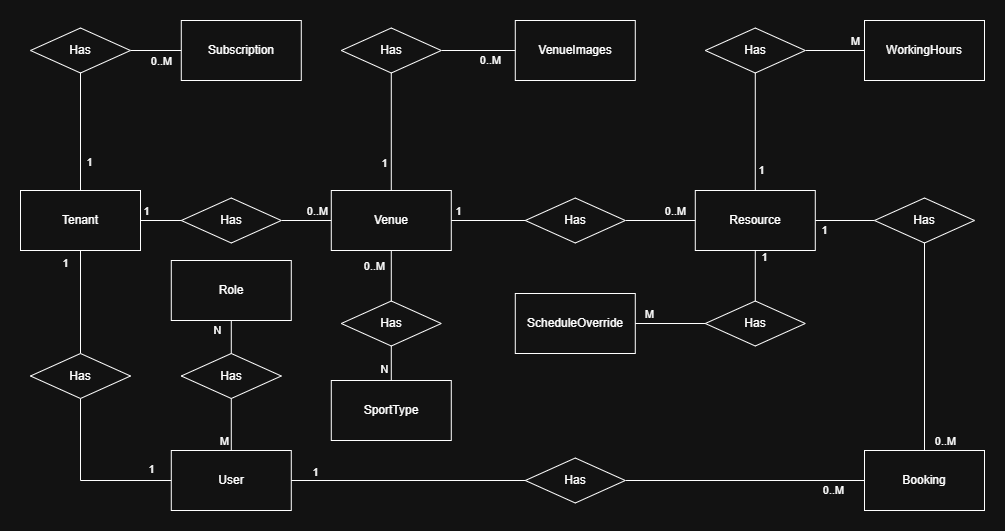
The draw.io diagram Documents/ER Diagram/Er Diagram.png in Gjxrgj/AtlasSports, before a commit. Source tidied: cells renumbered, new cells last; positions are measured from the earlier drawing's top-left corner, leaving out a move shared by most shapes. The source it was exported from:
```xml
<mxGraphModel>
  <root>
    <mxCell id="0" />
    <mxCell id="1" parent="0" />
    <mxCell id="2" value="Tenant" style="rounded=0;whiteSpace=wrap;html=1;" parent="1" vertex="1">
      <mxGeometry y="170" width="120" height="60" as="geometry" />
    </mxCell>
    <mxCell id="3" value="User" style="rounded=0;whiteSpace=wrap;html=1;" parent="1" vertex="1">
      <mxGeometry x="150.8" y="430" width="120" height="60" as="geometry" />
    </mxCell>
    <mxCell id="4" value="Venue" style="rounded=0;whiteSpace=wrap;html=1;" parent="1" vertex="1">
      <mxGeometry x="310.8" y="170" width="120" height="60" as="geometry" />
    </mxCell>
    <mxCell id="5" value="Booking" style="rounded=0;whiteSpace=wrap;html=1;" parent="1" vertex="1">
      <mxGeometry x="844" y="430" width="120" height="60" as="geometry" />
    </mxCell>
    <mxCell id="6" value="Subscription" style="rounded=0;whiteSpace=wrap;html=1;" parent="1" vertex="1">
      <mxGeometry x="160.8" width="120" height="60" as="geometry" />
    </mxCell>
    <mxCell id="7" value="WorkingHours" style="rounded=0;whiteSpace=wrap;html=1;" parent="1" vertex="1">
      <mxGeometry x="844" width="120" height="60" as="geometry" />
    </mxCell>
    <mxCell id="8" value="VenueImages" style="rounded=0;whiteSpace=wrap;html=1;" parent="1" vertex="1">
      <mxGeometry x="494.8" width="120" height="60" as="geometry" />
    </mxCell>
    <mxCell id="9" value="Resource" style="rounded=0;whiteSpace=wrap;html=1;" parent="1" vertex="1">
      <mxGeometry x="674.8" y="170" width="120" height="60" as="geometry" />
    </mxCell>
    <mxCell id="10" style="endArrow=none;html=1;rounded=0;exitX=1;exitY=0.5;exitDx=0;exitDy=0;entryX=0;entryY=0.5;entryDx=0;entryDy=0;" parent="1" edge="1" source="46" target="4">
      <mxGeometry relative="1" as="geometry" />
    </mxCell>
    <mxCell id="11" value="0..M" style="edgeLabel;html=1;align=center;verticalAlign=middle;" parent="10" vertex="1">
      <mxGeometry x="0.81" relative="1" as="geometry">
        <mxPoint x="-9" y="-10" as="offset" />
      </mxGeometry>
    </mxCell>
    <mxCell id="12" style="endArrow=none;html=1;rounded=0;exitX=1;exitY=0.5;exitDx=0;exitDy=0;entryX=0;entryY=0.5;entryDx=0;entryDy=0;" parent="1" edge="1" source="40" target="9">
      <mxGeometry relative="1" as="geometry" />
    </mxCell>
    <mxCell id="13" value="0..M" style="edgeLabel;html=1;align=center;verticalAlign=middle;" parent="12" vertex="1">
      <mxGeometry x="0.63" y="2" relative="1" as="geometry">
        <mxPoint x="-7" y="-8" as="offset" />
      </mxGeometry>
    </mxCell>
    <mxCell id="14" style="endArrow=none;html=1;rounded=0;exitX=1;exitY=0.5;exitDx=0;exitDy=0;entryX=0;entryY=0.5;entryDx=0;entryDy=0;" parent="1" edge="1" source="37" target="8">
      <mxGeometry relative="1" as="geometry" />
    </mxCell>
    <mxCell id="15" value="0..M" style="edgeLabel;html=1;align=center;verticalAlign=middle;" parent="14" vertex="1">
      <mxGeometry x="0.82" y="-1" relative="1" as="geometry">
        <mxPoint x="-18" y="8" as="offset" />
      </mxGeometry>
    </mxCell>
    <mxCell id="16" style="endArrow=none;html=1;rounded=0;exitX=1;exitY=0.5;exitDx=0;exitDy=0;entryX=0;entryY=0.5;entryDx=0;entryDy=0;" parent="1" edge="1" source="43" target="7">
      <mxGeometry relative="1" as="geometry" />
    </mxCell>
    <mxCell id="17" value="M" style="edgeLabel;html=1;align=center;verticalAlign=middle;" parent="16" vertex="1">
      <mxGeometry x="0.9" relative="1" as="geometry">
        <mxPoint x="-6" y="-10" as="offset" />
      </mxGeometry>
    </mxCell>
    <mxCell id="18" style="endArrow=none;html=1;rounded=0;exitX=0;exitY=0.5;exitDx=0;exitDy=0;entryX=1;entryY=0.5;entryDx=0;entryDy=0;" parent="1" edge="1" source="28" target="3">
      <mxGeometry relative="1" as="geometry" />
    </mxCell>
    <mxCell id="19" value="1" style="edgeLabel;html=1;align=center;verticalAlign=middle;" parent="18" vertex="1">
      <mxGeometry x="0.87" relative="1" as="geometry">
        <mxPoint x="9" y="-9" as="offset" />
      </mxGeometry>
    </mxCell>
    <mxCell id="20" style="endArrow=none;html=1;rounded=0;entryX=0;entryY=0.5;entryDx=0;entryDy=0;exitX=1;exitY=0.5;exitDx=0;exitDy=0;" parent="1" edge="1" source="34" target="6">
      <mxGeometry relative="1" as="geometry" />
    </mxCell>
    <mxCell id="21" value="0..M" style="edgeLabel;html=1;align=center;verticalAlign=middle;" parent="20" vertex="1">
      <mxGeometry x="0.76" y="1" relative="1" as="geometry">
        <mxPoint x="-15" y="11" as="offset" />
      </mxGeometry>
    </mxCell>
    <mxCell id="22" style="endArrow=none;html=1;rounded=0;exitX=0;exitY=0.5;exitDx=0;exitDy=0;entryX=1;entryY=0.5;entryDx=0;entryDy=0;" parent="1" edge="1" source="49" target="9">
      <mxGeometry relative="1" as="geometry" />
    </mxCell>
    <mxCell id="23" value="1" style="edgeLabel;html=1;align=center;verticalAlign=middle;" parent="22" vertex="1">
      <mxGeometry x="0.84" y="1" relative="1" as="geometry">
        <mxPoint x="4" y="8" as="offset" />
      </mxGeometry>
    </mxCell>
    <mxCell id="24" style="endArrow=none;html=1;rounded=0;entryX=0;entryY=0.5;entryDx=0;entryDy=0;exitX=0.5;exitY=1;exitDx=0;exitDy=0;" parent="1" edge="1" source="31" target="3">
      <mxGeometry relative="1" as="geometry">
        <Array as="points">
          <mxPoint x="60" y="460" />
        </Array>
      </mxGeometry>
    </mxCell>
    <mxCell id="25" value="1" style="edgeLabel;html=1;align=center;verticalAlign=middle;" parent="24" vertex="1">
      <mxGeometry x="0.87" relative="1" as="geometry">
        <mxPoint x="-10" y="-12" as="offset" />
      </mxGeometry>
    </mxCell>
    <mxCell id="26" style="endArrow=none;html=1;rounded=0;exitX=0;exitY=0.5;exitDx=0;exitDy=0;entryX=1;entryY=0.5;entryDx=0;entryDy=0;" parent="1" edge="1" source="5" target="28">
      <mxGeometry relative="1" as="geometry" />
    </mxCell>
    <mxCell id="27" value="0..M" style="edgeLabel;html=1;align=center;verticalAlign=middle;" parent="26" vertex="1">
      <mxGeometry x="-0.86" y="1" relative="1" as="geometry">
        <mxPoint x="-15" y="8" as="offset" />
      </mxGeometry>
    </mxCell>
    <mxCell id="28" value="Has" style="rhombus;whiteSpace=wrap;html=1;" parent="1" vertex="1">
      <mxGeometry x="504.8" y="437.5" width="100" height="45" as="geometry" />
    </mxCell>
    <mxCell id="29" style="endArrow=none;html=1;rounded=0;entryX=0.5;entryY=0;entryDx=0;entryDy=0;exitX=0.5;exitY=1;exitDx=0;exitDy=0;" parent="1" edge="1" source="2" target="31">
      <mxGeometry relative="1" as="geometry" />
    </mxCell>
    <mxCell id="30" value="1" style="edgeLabel;html=1;align=center;verticalAlign=middle;" parent="29" vertex="1">
      <mxGeometry x="-0.9" relative="1" as="geometry">
        <mxPoint x="-16" y="7" as="offset" />
      </mxGeometry>
    </mxCell>
    <mxCell id="31" value="Has" style="rhombus;whiteSpace=wrap;html=1;" parent="1" vertex="1">
      <mxGeometry x="10" y="333" width="100" height="45" as="geometry" />
    </mxCell>
    <mxCell id="32" style="endArrow=none;html=1;rounded=0;entryX=0.5;entryY=1;entryDx=0;entryDy=0;exitX=0.5;exitY=0;exitDx=0;exitDy=0;" parent="1" edge="1" source="2" target="34">
      <mxGeometry relative="1" as="geometry" />
    </mxCell>
    <mxCell id="33" value="1" style="edgeLabel;html=1;align=center;verticalAlign=middle;" parent="32" vertex="1">
      <mxGeometry x="-0.62" y="-3" relative="1" as="geometry">
        <mxPoint x="5" y="-7" as="offset" />
      </mxGeometry>
    </mxCell>
    <mxCell id="34" value="Has" style="rhombus;whiteSpace=wrap;html=1;" parent="1" vertex="1">
      <mxGeometry x="10" y="7.5" width="100" height="45" as="geometry" />
    </mxCell>
    <mxCell id="35" style="endArrow=none;html=1;rounded=0;exitX=0.5;exitY=0;exitDx=0;exitDy=0;entryX=0.5;entryY=1;entryDx=0;entryDy=0;" parent="1" edge="1" source="4" target="37">
      <mxGeometry relative="1" as="geometry" />
    </mxCell>
    <mxCell id="36" value="1" style="edgeLabel;html=1;align=center;verticalAlign=middle;" parent="35" vertex="1">
      <mxGeometry x="-0.74" y="-1" relative="1" as="geometry">
        <mxPoint x="-8" y="-13" as="offset" />
      </mxGeometry>
    </mxCell>
    <mxCell id="37" value="Has" style="rhombus;whiteSpace=wrap;html=1;" parent="1" vertex="1">
      <mxGeometry x="320.8" y="7.5" width="100" height="45" as="geometry" />
    </mxCell>
    <mxCell id="38" style="endArrow=none;html=1;rounded=0;exitX=1;exitY=0.5;exitDx=0;exitDy=0;entryX=0;entryY=0.5;entryDx=0;entryDy=0;" parent="1" edge="1" source="4" target="40">
      <mxGeometry relative="1" as="geometry" />
    </mxCell>
    <mxCell id="39" value="1" style="edgeLabel;html=1;align=center;verticalAlign=middle;" parent="38" vertex="1">
      <mxGeometry x="-0.85" y="1" relative="1" as="geometry">
        <mxPoint x="1" y="-9" as="offset" />
      </mxGeometry>
    </mxCell>
    <mxCell id="40" value="Has" style="rhombus;whiteSpace=wrap;html=1;" parent="1" vertex="1">
      <mxGeometry x="504.8" y="177.5" width="100" height="45" as="geometry" />
    </mxCell>
    <mxCell id="41" style="endArrow=none;html=1;rounded=0;exitX=0.5;exitY=0;exitDx=0;exitDy=0;entryX=0.5;entryY=1;entryDx=0;entryDy=0;" parent="1" edge="1" source="9" target="43">
      <mxGeometry relative="1" as="geometry" />
    </mxCell>
    <mxCell id="42" value="1" style="edgeLabel;html=1;align=center;verticalAlign=middle;" parent="41" vertex="1">
      <mxGeometry x="-0.87" y="-1" relative="1" as="geometry">
        <mxPoint x="5" y="-13" as="offset" />
      </mxGeometry>
    </mxCell>
    <mxCell id="43" value="Has" style="rhombus;whiteSpace=wrap;html=1;" parent="1" vertex="1">
      <mxGeometry x="684.8" y="7.5" width="100" height="45" as="geometry" />
    </mxCell>
    <mxCell id="44" style="endArrow=none;html=1;rounded=0;exitX=1;exitY=0.5;exitDx=0;exitDy=0;entryX=0;entryY=0.5;entryDx=0;entryDy=0;" parent="1" edge="1" source="2" target="46">
      <mxGeometry relative="1" as="geometry" />
    </mxCell>
    <mxCell id="45" value="1" style="edgeLabel;html=1;align=center;verticalAlign=middle;" parent="44" vertex="1">
      <mxGeometry x="-0.74" relative="1" as="geometry">
        <mxPoint y="-10" as="offset" />
      </mxGeometry>
    </mxCell>
    <mxCell id="46" value="Has" style="rhombus;whiteSpace=wrap;html=1;" parent="1" vertex="1">
      <mxGeometry x="160.8" y="177.5" width="100" height="45" as="geometry" />
    </mxCell>
    <mxCell id="47" style="endArrow=none;html=1;rounded=0;entryX=0.5;entryY=1;entryDx=0;entryDy=0;exitX=0.5;exitY=0;exitDx=0;exitDy=0;" parent="1" edge="1" source="5" target="49">
      <mxGeometry relative="1" as="geometry" />
    </mxCell>
    <mxCell id="48" value="0..M" style="edgeLabel;html=1;align=center;verticalAlign=middle;" parent="47" vertex="1">
      <mxGeometry x="-0.75" y="1" relative="1" as="geometry">
        <mxPoint x="21" y="16" as="offset" />
      </mxGeometry>
    </mxCell>
    <mxCell id="49" value="Has" style="rhombus;whiteSpace=wrap;html=1;" parent="1" vertex="1">
      <mxGeometry x="854" y="177.5" width="100" height="45" as="geometry" />
    </mxCell>
    <mxCell id="50" value="SportType" style="rounded=0;whiteSpace=wrap;html=1;" parent="1" vertex="1">
      <mxGeometry x="310.8" y="360" width="120" height="60" as="geometry" />
    </mxCell>
    <mxCell id="51" value="Has" style="rhombus;whiteSpace=wrap;html=1;" parent="1" vertex="1">
      <mxGeometry x="320.8" y="280.5" width="100" height="45" as="geometry" />
    </mxCell>
    <mxCell id="52" style="endArrow=none;html=1;rounded=0;exitX=0.5;exitY=1;exitDx=0;exitDy=0;entryX=0.5;entryY=0;entryDx=0;entryDy=0;" parent="1" edge="1" source="4" target="51">
      <mxGeometry relative="1" as="geometry" />
    </mxCell>
    <mxCell id="53" value="0..M" style="edgeLabel;html=1;align=center;verticalAlign=middle;" parent="52" vertex="1">
      <mxGeometry x="-0.74" y="-1" relative="1" as="geometry">
        <mxPoint x="-16" y="8" as="offset" />
      </mxGeometry>
    </mxCell>
    <mxCell id="54" style="endArrow=none;html=1;rounded=0;entryX=0.5;entryY=0;entryDx=0;entryDy=0;exitX=0.5;exitY=1;exitDx=0;exitDy=0;" parent="1" edge="1" source="51" target="50">
      <mxGeometry relative="1" as="geometry" />
    </mxCell>
    <mxCell id="55" value="N" style="edgeLabel;html=1;align=center;verticalAlign=middle;" parent="54" vertex="1">
      <mxGeometry x="-0.9" relative="1" as="geometry">
        <mxPoint x="-7" y="21" as="offset" />
      </mxGeometry>
    </mxCell>
    <mxCell id="56" value="Role" style="rounded=0;whiteSpace=wrap;html=1;" parent="1" vertex="1">
      <mxGeometry x="150.8" y="240" width="120" height="60" as="geometry" />
    </mxCell>
    <mxCell id="57" value="Has" style="rhombus;whiteSpace=wrap;html=1;" parent="1" vertex="1">
      <mxGeometry x="160.8" y="333" width="100" height="45" as="geometry" />
    </mxCell>
    <mxCell id="58" style="endArrow=none;html=1;rounded=0;exitX=0.5;exitY=1;exitDx=0;exitDy=0;entryX=0.5;entryY=0;entryDx=0;entryDy=0;" parent="1" edge="1" source="57" target="3">
      <mxGeometry relative="1" as="geometry" />
    </mxCell>
    <mxCell id="59" value="M" style="edgeLabel;html=1;align=center;verticalAlign=middle;" parent="58" vertex="1">
      <mxGeometry x="0.87" relative="1" as="geometry">
        <mxPoint x="-7" y="-7" as="offset" />
      </mxGeometry>
    </mxCell>
    <mxCell id="60" style="endArrow=none;html=1;rounded=0;exitX=0.5;exitY=1;exitDx=0;exitDy=0;entryX=0.5;entryY=0;entryDx=0;entryDy=0;" parent="1" edge="1" source="56" target="57">
      <mxGeometry relative="1" as="geometry" />
    </mxCell>
    <mxCell id="61" value="N" style="edgeLabel;html=1;align=center;verticalAlign=middle;" parent="60" vertex="1">
      <mxGeometry x="-0.86" y="1" relative="1" as="geometry">
        <mxPoint x="-15" y="7" as="offset" />
      </mxGeometry>
    </mxCell>
    <mxCell id="62" value="ScheduleOverride" style="rounded=0;whiteSpace=wrap;html=1;" parent="1" vertex="1">
      <mxGeometry x="494.8" y="273" width="120" height="60" as="geometry" />
    </mxCell>
    <mxCell id="63" style="endArrow=none;html=1;rounded=0;exitX=0;exitY=0.5;exitDx=0;exitDy=0;entryX=1;entryY=0.5;entryDx=0;entryDy=0;" parent="1" edge="1" source="67" target="62">
      <mxGeometry relative="1" as="geometry" />
    </mxCell>
    <mxCell id="64" value="M" style="edgeLabel;html=1;align=center;verticalAlign=middle;" parent="63" vertex="1">
      <mxGeometry x="0.9" relative="1" as="geometry">
        <mxPoint x="10" y="-10" as="offset" />
      </mxGeometry>
    </mxCell>
    <mxCell id="65" style="endArrow=none;html=1;rounded=0;exitX=0.5;exitY=1;exitDx=0;exitDy=0;entryX=0.5;entryY=0;entryDx=0;entryDy=0;" parent="1" edge="1" source="9" target="67">
      <mxGeometry relative="1" as="geometry" />
    </mxCell>
    <mxCell id="66" value="1" style="edgeLabel;html=1;align=center;verticalAlign=middle;" parent="65" vertex="1">
      <mxGeometry x="-0.87" y="-1" relative="1" as="geometry">
        <mxPoint x="10" y="3" as="offset" />
      </mxGeometry>
    </mxCell>
    <mxCell id="67" value="Has" style="rhombus;whiteSpace=wrap;html=1;" parent="1" vertex="1">
      <mxGeometry x="684.8" y="280.5" width="100" height="45" as="geometry" />
    </mxCell>
  </root>
</mxGraphModel>
```
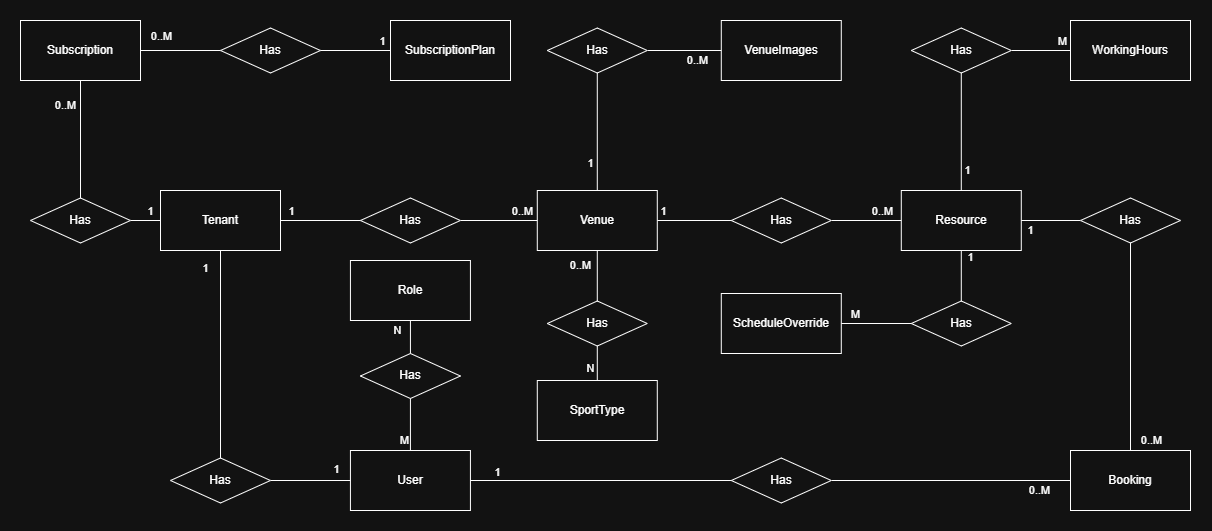
After the change.

What changed in the source:
```diff
@@ -3,10 +3,10 @@
     <mxCell id="0" />
     <mxCell id="1" parent="0" />
     <mxCell id="2" value="Tenant" style="rounded=0;whiteSpace=wrap;html=1;" parent="1" vertex="1">
-      <mxGeometry y="170" width="120" height="60" as="geometry" />
+      <mxGeometry x="-66" y="170" width="120" height="60" as="geometry" />
     </mxCell>
     <mxCell id="3" value="User" style="rounded=0;whiteSpace=wrap;html=1;" parent="1" vertex="1">
-      <mxGeometry x="150.8" y="430" width="120" height="60" as="geometry" />
+      <mxGeometry x="123.9" y="430" width="120" height="60" as="geometry" />
     </mxCell>
     <mxCell id="4" value="Venue" style="rounded=0;whiteSpace=wrap;html=1;" parent="1" vertex="1">
       <mxGeometry x="310.8" y="170" width="120" height="60" as="geometry" />
@@ -15,7 +15,7 @@
       <mxGeometry x="844" y="430" width="120" height="60" as="geometry" />
     </mxCell>
     <mxCell id="6" value="Subscription" style="rounded=0;whiteSpace=wrap;html=1;" parent="1" vertex="1">
-      <mxGeometry x="160.8" width="120" height="60" as="geometry" />
+      <mxGeometry x="-206" width="120" height="60" as="geometry" />
     </mxCell>
     <mxCell id="7" value="WorkingHours" style="rounded=0;whiteSpace=wrap;html=1;" parent="1" vertex="1">
       <mxGeometry x="844" width="120" height="60" as="geometry" />
@@ -66,7 +66,7 @@
         <mxPoint x="9" y="-9" as="offset" />
       </mxGeometry>
     </mxCell>
-    <mxCell id="20" style="endArrow=none;html=1;rounded=0;entryX=0;entryY=0.5;entryDx=0;entryDy=0;exitX=1;exitY=0.5;exitDx=0;exitDy=0;" parent="1" edge="1" source="34" target="6">
+    <mxCell id="20" style="endArrow=none;html=1;rounded=0;entryX=0.5;entryY=1;entryDx=0;entryDy=0;exitX=0.5;exitY=0;exitDx=0;exitDy=0;" parent="1" edge="1" source="34" target="6">
       <mxGeometry relative="1" as="geometry" />
     </mxCell>
     <mxCell id="21" value="0..M" style="edgeLabel;html=1;align=center;verticalAlign=middle;" parent="20" vertex="1">
@@ -82,12 +82,8 @@
         <mxPoint x="4" y="8" as="offset" />
       </mxGeometry>
     </mxCell>
-    <mxCell id="24" style="endArrow=none;html=1;rounded=0;entryX=0;entryY=0.5;entryDx=0;entryDy=0;exitX=0.5;exitY=1;exitDx=0;exitDy=0;" parent="1" edge="1" source="31" target="3">
-      <mxGeometry relative="1" as="geometry">
-        <Array as="points">
-          <mxPoint x="60" y="460" />
-        </Array>
-      </mxGeometry>
+    <mxCell id="24" style="endArrow=none;html=1;rounded=0;entryX=0;entryY=0.5;entryDx=0;entryDy=0;exitX=1;exitY=0.5;exitDx=0;exitDy=0;" parent="1" edge="1" source="31" target="3">
+      <mxGeometry relative="1" as="geometry" />
     </mxCell>
     <mxCell id="25" value="1" style="edgeLabel;html=1;align=center;verticalAlign=middle;" parent="24" vertex="1">
       <mxGeometry x="0.87" relative="1" as="geometry">
@@ -114,18 +110,18 @@
       </mxGeometry>
     </mxCell>
     <mxCell id="31" value="Has" style="rhombus;whiteSpace=wrap;html=1;" parent="1" vertex="1">
-      <mxGeometry x="10" y="333" width="100" height="45" as="geometry" />
+      <mxGeometry x="-56" y="437.5" width="100" height="45" as="geometry" />
     </mxCell>
-    <mxCell id="32" style="endArrow=none;html=1;rounded=0;entryX=0.5;entryY=1;entryDx=0;entryDy=0;exitX=0.5;exitY=0;exitDx=0;exitDy=0;" parent="1" edge="1" source="2" target="34">
+    <mxCell id="32" style="endArrow=none;html=1;rounded=0;entryX=1;entryY=0.5;entryDx=0;entryDy=0;exitX=0;exitY=0.5;exitDx=0;exitDy=0;" parent="1" edge="1" source="2" target="34">
       <mxGeometry relative="1" as="geometry" />
     </mxCell>
     <mxCell id="33" value="1" style="edgeLabel;html=1;align=center;verticalAlign=middle;" parent="32" vertex="1">
       <mxGeometry x="-0.62" y="-3" relative="1" as="geometry">
-        <mxPoint x="5" y="-7" as="offset" />
+        <mxPoint x="-4" y="-7" as="offset" />
       </mxGeometry>
     </mxCell>
     <mxCell id="34" value="Has" style="rhombus;whiteSpace=wrap;html=1;" parent="1" vertex="1">
-      <mxGeometry x="10" y="7.5" width="100" height="45" as="geometry" />
+      <mxGeometry x="-196" y="177.5" width="100" height="45" as="geometry" />
     </mxCell>
     <mxCell id="35" style="endArrow=none;html=1;rounded=0;exitX=0.5;exitY=0;exitDx=0;exitDy=0;entryX=0.5;entryY=1;entryDx=0;entryDy=0;" parent="1" edge="1" source="4" target="37">
       <mxGeometry relative="1" as="geometry" />
@@ -169,7 +165,7 @@
       </mxGeometry>
     </mxCell>
     <mxCell id="46" value="Has" style="rhombus;whiteSpace=wrap;html=1;" parent="1" vertex="1">
-      <mxGeometry x="160.8" y="177.5" width="100" height="45" as="geometry" />
+      <mxGeometry x="133.9" y="177.5" width="100" height="45" as="geometry" />
     </mxCell>
     <mxCell id="47" style="endArrow=none;html=1;rounded=0;entryX=0.5;entryY=1;entryDx=0;entryDy=0;exitX=0.5;exitY=0;exitDx=0;exitDy=0;" parent="1" edge="1" source="5" target="49">
       <mxGeometry relative="1" as="geometry" />
@@ -205,10 +201,10 @@
       </mxGeometry>
     </mxCell>
     <mxCell id="56" value="Role" style="rounded=0;whiteSpace=wrap;html=1;" parent="1" vertex="1">
-      <mxGeometry x="150.8" y="240" width="120" height="60" as="geometry" />
+      <mxGeometry x="123.9" y="240" width="120" height="60" as="geometry" />
     </mxCell>
     <mxCell id="57" value="Has" style="rhombus;whiteSpace=wrap;html=1;" parent="1" vertex="1">
-      <mxGeometry x="160.8" y="333" width="100" height="45" as="geometry" />
+      <mxGeometry x="133.9" y="333" width="100" height="45" as="geometry" />
     </mxCell>
     <mxCell id="58" style="endArrow=none;html=1;rounded=0;exitX=0.5;exitY=1;exitDx=0;exitDy=0;entryX=0.5;entryY=0;entryDx=0;entryDy=0;" parent="1" edge="1" source="57" target="3">
       <mxGeometry relative="1" as="geometry" />
@@ -248,5 +244,27 @@
     <mxCell id="67" value="Has" style="rhombus;whiteSpace=wrap;html=1;" parent="1" vertex="1">
       <mxGeometry x="684.8" y="280.5" width="100" height="45" as="geometry" />
     </mxCell>
+    <mxCell id="68" value="Has" style="rhombus;whiteSpace=wrap;html=1;" parent="1" vertex="1">
+      <mxGeometry x="-6" y="7.5" width="100" height="45" as="geometry" />
+    </mxCell>
+    <mxCell id="69" value="SubscriptionPlan" style="rounded=0;whiteSpace=wrap;html=1;" parent="1" vertex="1">
+      <mxGeometry x="164" width="120" height="60" as="geometry" />
+    </mxCell>
+    <mxCell id="70" style="endArrow=none;html=1;rounded=0;entryX=1;entryY=0.5;entryDx=0;entryDy=0;exitX=0;exitY=0.5;exitDx=0;exitDy=0;" parent="1" edge="1" source="68" target="6">
+      <mxGeometry relative="1" as="geometry" />
+    </mxCell>
+    <mxCell id="71" value="0..M" style="edgeLabel;html=1;align=center;verticalAlign=middle;" parent="70" vertex="1">
+      <mxGeometry x="0.76" y="1" relative="1" as="geometry">
+        <mxPoint x="10" y="-16" as="offset" />
+      </mxGeometry>
+    </mxCell>
+    <mxCell id="72" style="endArrow=none;html=1;rounded=0;entryX=1;entryY=0.5;entryDx=0;entryDy=0;exitX=0;exitY=0.5;exitDx=0;exitDy=0;" parent="1" edge="1" source="69" target="68">
+      <mxGeometry relative="1" as="geometry" />
+    </mxCell>
+    <mxCell id="73" value="1" style="edgeLabel;html=1;align=center;verticalAlign=middle;" parent="72" vertex="1">
+      <mxGeometry x="-0.62" y="-3" relative="1" as="geometry">
+        <mxPoint x="5" y="-7" as="offset" />
+      </mxGeometry>
+    </mxCell>
   </root>
 </mxGraphModel>
```
